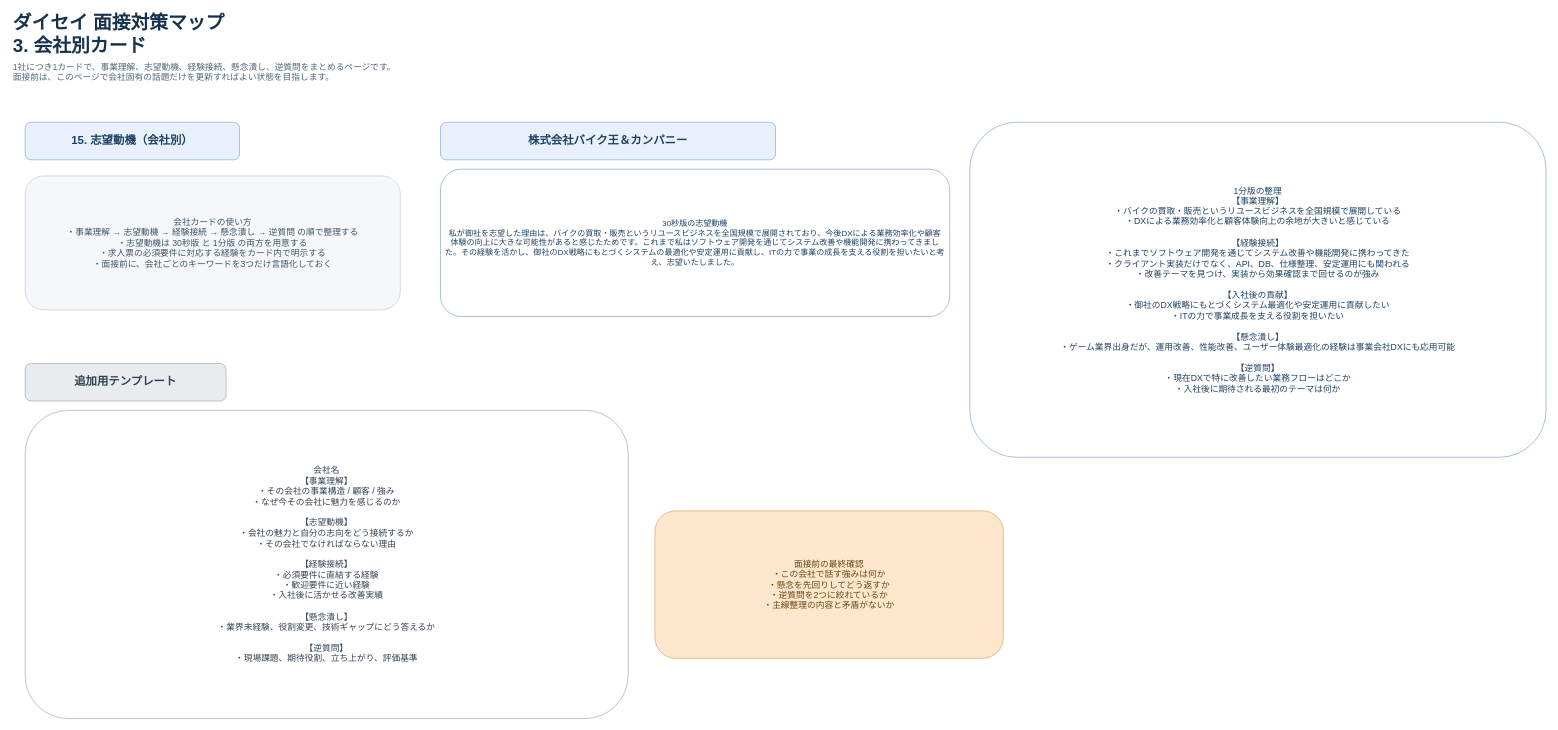
This is page "3. 会社別カード" (3 of 3) of interview-prep-structure.drawio from bodacheng/ForInterview, a draw.io file, before an edit. Source tidied: cells renumbered, new cells numbered last; positions are measured from the earlier drawing's top-left corner, leaving out a move shared by most shapes. Both pictures are drawn from the tidied source at 67%, with x=0, y=0 at pixel (11, 15).
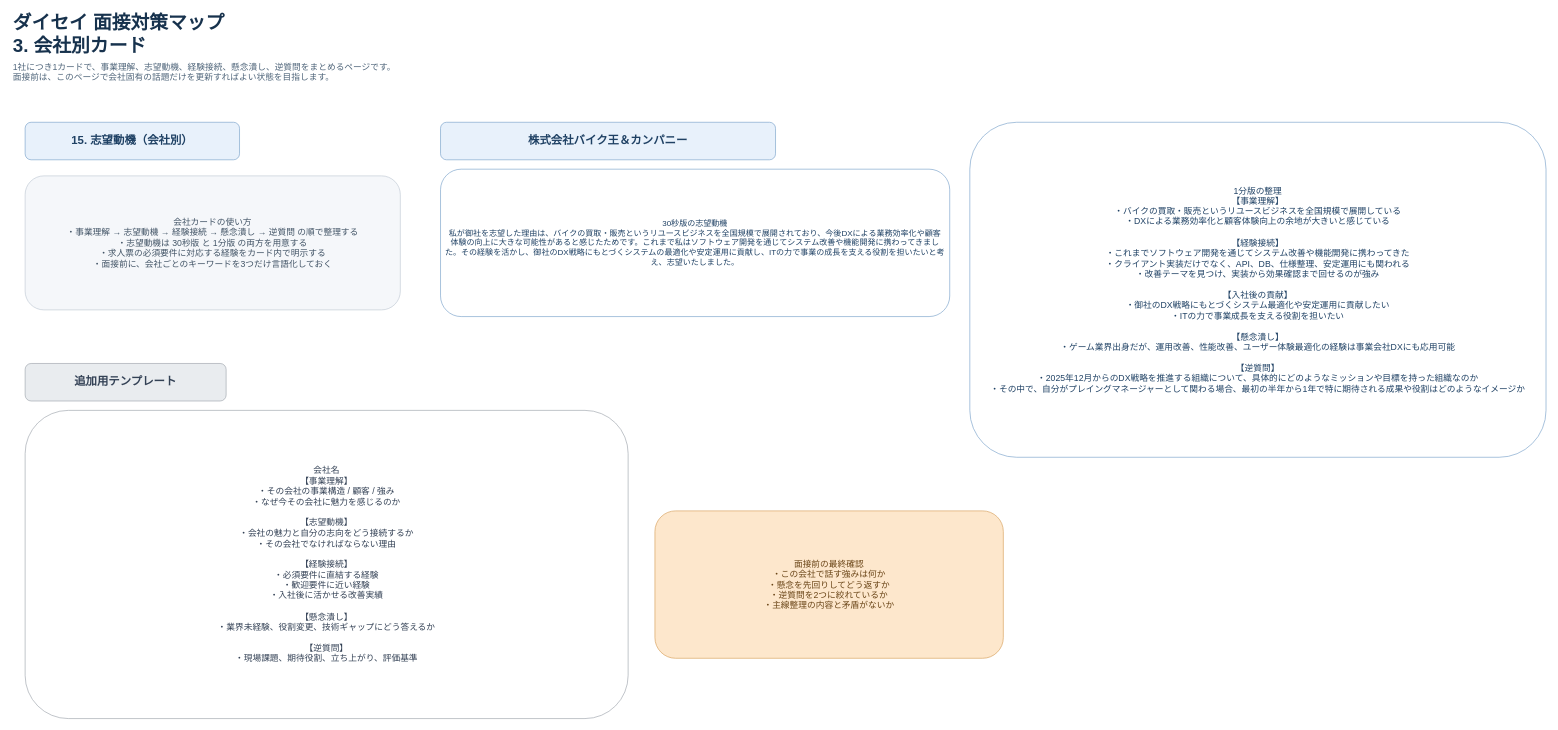
The same diagram, later.

Change to the diagram source:
```diff
@@
 <mxGraphModel>
   <root>
     <mxCell id="0" />
     <mxCell id="1" parent="0" />
     <mxCell id="2" value="ダイセイ 面接対策マップ&#10;3. 会社別カード" style="text;html=1;strokeColor=none;fillColor=none;align=left;verticalAlign=middle;whiteSpace=wrap;rounded=0;fontSize=28;fontStyle=1;fontColor=#17324D;" parent="1" vertex="1">
       <mxGeometry width="760" height="56" as="geometry" />
     </mxCell>
     <mxCell id="3" value="1社につき1カードで、事業理解、志望動機、経験接続、懸念潰し、逆質問をまとめるページです。&#10;面接前は、このページで会社固有の話題だけを更新すればよい状態を目指します。" style="text;html=1;strokeColor=none;fillColor=none;align=left;verticalAlign=middle;whiteSpace=wrap;rounded=0;fontSize=13;fontColor=#4F657A;" parent="1" vertex="1">
       <mxGeometry y="60" width="1200" height="50" as="geometry" />
     </mxCell>
     <mxCell id="4" value="15. 志望動機（会社別）" style="rounded=1;whiteSpace=wrap;html=1;fillColor=#E8F1FB;strokeColor=#7EA5CC;fontStyle=1;fontSize=17;fontColor=#1F4164;arcSize=16;" parent="1" vertex="1">
       <mxGeometry x="20" y="160" width="320" height="56" as="geometry" />
     </mxCell>
     <mxCell id="5" value="会社カードの使い方&#10;・事業理解 → 志望動機 → 経験接続 → 懸念潰し → 逆質問 の順で整理する&#10;・志望動機は 30秒版 と 1分版 の両方を用意する&#10;・求人票の必須要件に対応する経験をカード内で明示する&#10;・面接前に、会社ごとのキーワードを3つだけ言語化しておく" style="rounded=1;whiteSpace=wrap;html=1;fillColor=#F5F7FA;strokeColor=#C2CBD6;fontSize=13;fontColor=#425466;spacing=8;arcSize=14;" parent="1" vertex="1">
       <mxGeometry x="20" y="240" width="560" height="200" as="geometry" />
     </mxCell>
     <mxCell id="6" value="株式会社バイク王＆カンパニー" style="rounded=1;whiteSpace=wrap;html=1;fillColor=#E8F1FB;strokeColor=#7EA5CC;fontStyle=1;fontSize=17;fontColor=#1F4164;arcSize=16;" parent="1" vertex="1">
       <mxGeometry x="640" y="160" width="500" height="56" as="geometry" />
     </mxCell>
     <mxCell id="7" value="30秒版の志望動機&#10;私が御社を志望した理由は、バイクの買取・販売というリユースビジネスを全国規模で展開されており、今後DXによる業務効率化や顧客体験の向上に大きな可能性があると感じたためです。これまで私はソフトウェア開発を通じてシステム改善や機能開発に携わってきました。その経験を活かし、御社のDX戦略にもとづくシステムの最適化や安定運用に貢献し、ITの力で事業の成長を支える役割を担いたいと考え、志望いたしました。" style="rounded=1;whiteSpace=wrap;html=1;fillColor=#FFFFFF;strokeColor=#7EA5CC;fontSize=12;fontColor=#1F4164;spacing=8;arcSize=14;" parent="1" vertex="1">
       <mxGeometry x="640" y="230" width="760" height="220" as="geometry" />
     </mxCell>
-    <mxCell id="8" value="1分版の整理&#10;【事業理解】&#10;・バイクの買取・販売というリユースビジネスを全国規模で展開している&#10;・DXによる業務効率化と顧客体験向上の余地が大きいと感じている&#10;&#10;【経験接続】&#10;・これまでソフトウェア開発を通じてシステム改善や機能開発に携わってきた&#10;・クライアント実装だけでなく、API、DB、仕様整理、安定運用にも関われる&#10;・改善テーマを見つけ、実装から効果確認まで回せるのが強み&#10;&#10;【入社後の貢献】&#10;・御社のDX戦略にもとづくシステム最適化や安定運用に貢献したい&#10;・ITの力で事業成長を支える役割を担いたい&#10;&#10;【懸念潰し】&#10;・ゲーム業界出身だが、運用改善、性能改善、ユーザー体験最適化の経験は事業会社DXにも応用可能&#10;&#10;【逆質問】&#10;・現在DXで特に改善したい業務フローはどこか&#10;・入社後に期待される最初のテーマは何か" style="rounded=1;whiteSpace=wrap;html=1;fillColor=#FFFFFF;strokeColor=#7EA5CC;fontSize=13;fontColor=#1F4164;spacing=8;arcSize=14;" parent="1" vertex="1">
+    <mxCell id="8" value="1分版の整理&#10;【事業理解】&#10;・バイクの買取・販売というリユースビジネスを全国規模で展開している&#10;・DXによる業務効率化と顧客体験向上の余地が大きいと感じている&#10;&#10;【経験接続】&#10;・これまでソフトウェア開発を通じてシステム改善や機能開発に携わってきた&#10;・クライアント実装だけでなく、API、DB、仕様整理、安定運用にも関われる&#10;・改善テーマを見つけ、実装から効果確認まで回せるのが強み&#10;&#10;【入社後の貢献】&#10;・御社のDX戦略にもとづくシステム最適化や安定運用に貢献したい&#10;・ITの力で事業成長を支える役割を担いたい&#10;&#10;【懸念潰し】&#10;・ゲーム業界出身だが、運用改善、性能改善、ユーザー体験最適化の経験は事業会社DXにも応用可能&#10;&#10;【逆質問】&#10;・2025年12月からのDX戦略を推進する組織について、具体的にどのようなミッションや目標を持った組織なのか&#10;・その中で、自分がプレイングマネージャーとして関わる場合、最初の半年から1年で特に期待される成果や役割はどのようなイメージか" style="rounded=1;whiteSpace=wrap;html=1;fillColor=#FFFFFF;strokeColor=#7EA5CC;fontSize=13;fontColor=#1F4164;spacing=8;arcSize=14;" parent="1" vertex="1">
       <mxGeometry x="1430" y="160" width="860" height="500" as="geometry" />
     </mxCell>
     <mxCell id="9" value="追加用テンプレート" style="rounded=1;whiteSpace=wrap;html=1;fillColor=#E9ECEF;strokeColor=#A2A9B0;fontStyle=1;fontSize=17;fontColor=#334155;arcSize=16;" parent="1" vertex="1">
       <mxGeometry x="20" y="520" width="300" height="56" as="geometry" />
     </mxCell>
     <mxCell id="10" value="会社名&#10;【事業理解】&#10;・その会社の事業構造 / 顧客 / 強み&#10;・なぜ今その会社に魅力を感じるのか&#10;&#10;【志望動機】&#10;・会社の魅力と自分の志向をどう接続するか&#10;・その会社でなければならない理由&#10;&#10;【経験接続】&#10;・必須要件に直結する経験&#10;・歓迎要件に近い経験&#10;・入社後に活かせる改善実績&#10;&#10;【懸念潰し】&#10;・業界未経験、役割変更、技術ギャップにどう答えるか&#10;&#10;【逆質問】&#10;・現場課題、期待役割、立ち上がり、評価基準" style="rounded=1;whiteSpace=wrap;html=1;fillColor=#FFFFFF;strokeColor=#A2A9B0;fontSize=13;fontColor=#334155;spacing=8;arcSize=14;" parent="1" vertex="1">
       <mxGeometry x="20" y="590" width="900" height="460" as="geometry" />
     </mxCell>
     <mxCell id="11" value="面接前の最終確認&#10;・この会社で話す強みは何か&#10;・懸念を先回りしてどう返すか&#10;・逆質問を2つに絞れているか&#10;・主線整理の内容と矛盾がないか" style="rounded=1;whiteSpace=wrap;html=1;fillColor=#FDE7CC;strokeColor=#D9A25F;fontSize=13;fontColor=#6A4517;spacing=8;arcSize=14;" parent="1" vertex="1">
       <mxGeometry x="960" y="740" width="520" height="220" as="geometry" />
     </mxCell>
   </root>
 </mxGraphModel>
```
